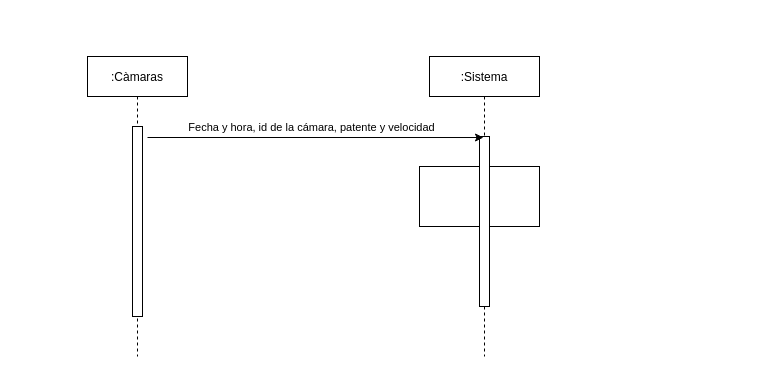
This is diagrama/Diagrama de secuencia.drawio from Joaquin-Cnrd/izo-isw1-tpds, a draw.io file, before an edit. Source tidied: cells renumbered, new cells numbered last; positions are measured from the earlier drawing's top-left corner, leaving out a move shared by most shapes. Both pictures are drawn from the tidied source at 100%, with x=0, y=0 at pixel (87, 56).
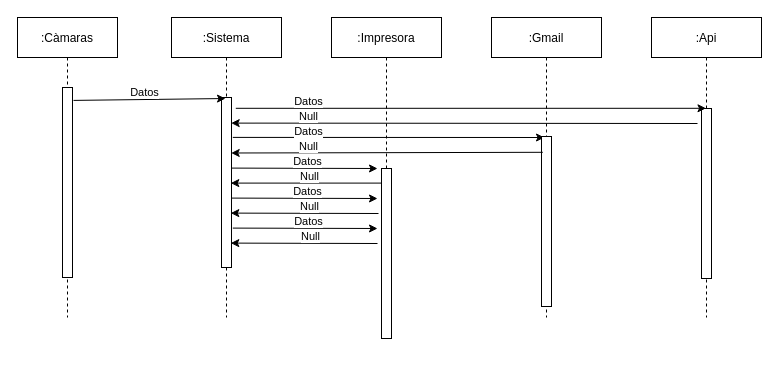
Above is the later version.

The change refers to these unchanged cells:
```xml
<mxCell id="3" style="points=[];perimeter=orthogonalPerimeter;rounded=0;shadow=0;strokeWidth=1;" parent="2" vertex="1">
  <mxGeometry x="45" y="70" width="10" height="190" as="geometry" />
</mxCell>
<mxCell id="6" style="points=[];perimeter=orthogonalPerimeter;rounded=0;shadow=0;strokeWidth=1;" parent="4" vertex="1">
  <mxGeometry x="50" y="80" width="10" height="170" as="geometry" />
</mxCell>
```

What changed in the source:
```diff
@@
     <mxCell id="2" value=":Càmaras" style="shape=umlLifeline;perimeter=lifelinePerimeter;rounded=0;shadow=0;strokeWidth=1;" parent="1" vertex="1">
-      <mxGeometry width="100" height="300" as="geometry" />
+      <mxGeometry x="-70" y="-39" width="100" height="300" as="geometry" />
     </mxCell>
@@
     <mxCell id="4" value=":Sistema" style="shape=umlLifeline;perimeter=lifelinePerimeter;rounded=0;shadow=0;strokeWidth=1;" parent="1" vertex="1">
-      <mxGeometry x="342" width="110" height="300" as="geometry" />
+      <mxGeometry x="84" y="-39" width="110" height="300" as="geometry" />
     </mxCell>
-    <mxCell id="5" style="rounded=0;whiteSpace=wrap;html=1;" parent="4" vertex="1">
-      <mxGeometry x="-10" y="110" width="120" height="60" as="geometry" />
-    </mxCell>
@@
-    <mxCell id="7" style="endArrow=classic;html=1;rounded=0;entryX=0.4;entryY=0.006;entryDx=0;entryDy=0;entryPerimeter=0;" parent="1" edge="1" target="6">
-      <mxGeometry relative="1" as="geometry">
-        <mxPoint x="60" y="81" as="sourcePoint" />
-      </mxGeometry>
+    <mxCell id="7" style="endArrow=classic;html=1;rounded=0;entryX=0.4;entryY=0.006;entryDx=0;entryDy=0;entryPerimeter=0;exitX=1.1;exitY=0.068;exitDx=0;exitDy=0;exitPerimeter=0;" parent="1" edge="1" source="3" target="6">
+      <mxGeometry relative="1" as="geometry" />
     </mxCell>
-    <mxCell id="8" value="Fecha y hora, id de la cámara, patente y velocidad" style="edgeLabel;html=1;align=center;verticalAlign=middle;" parent="7" vertex="1">
-      <mxGeometry x="0.15" y="1" relative="1" as="geometry">
-        <mxPoint x="-30" y="-10" as="offset" />
-      </mxGeometry>
-    </mxCell>
+    <mxCell id="9" value="Datos" style="edgeLabel;html=1;align=center;verticalAlign=middle;" parent="7" vertex="1">
+      <mxGeometry x="-0.26" y="-1" relative="1" as="geometry">
+        <mxPoint x="14" y="-9" as="offset" />
+      </mxGeometry>
+    </mxCell>
+    <mxCell id="10" value=":Impresora" style="shape=umlLifeline;perimeter=lifelinePerimeter;rounded=0;shadow=0;strokeWidth=1;" parent="1" vertex="1">
+      <mxGeometry x="244" y="-39" width="110" height="300" as="geometry" />
+    </mxCell>
+    <mxCell id="11" style="endArrow=classic;html=1;rounded=0;exitX=1.133;exitY=0.229;exitDx=0;exitDy=0;exitPerimeter=0;" parent="10" edge="1">
+      <mxGeometry relative="1" as="geometry">
+        <mxPoint x="-99.7" y="150.6" as="sourcePoint" />
+        <mxPoint x="46" y="151" as="targetPoint" />
+      </mxGeometry>
+    </mxCell>
+    <mxCell id="12" value=":Gmail" style="shape=umlLifeline;perimeter=lifelinePerimeter;rounded=0;shadow=0;strokeWidth=1;" parent="1" vertex="1">
+      <mxGeometry x="404" y="-39" width="110" height="300" as="geometry" />
+    </mxCell>
+    <mxCell id="13" value=":Api" style="shape=umlLifeline;perimeter=lifelinePerimeter;rounded=0;shadow=0;strokeWidth=1;" parent="1" vertex="1">
+      <mxGeometry x="564" y="-39" width="110" height="300" as="geometry" />
+    </mxCell>
+    <mxCell id="14" style="perimeter=orthogonalPerimeter;rounded=0;shadow=0;strokeWidth=1;" parent="13" vertex="1">
+      <mxGeometry x="50" y="91" width="10" height="170" as="geometry" />
+    </mxCell>
+    <mxCell id="15" style="endArrow=classic;html=1;rounded=0;exitX=1.435;exitY=0.093;exitDx=0;exitDy=0;exitPerimeter=0;" parent="1" edge="1">
+      <mxGeometry relative="1" as="geometry">
+        <mxPoint x="148.3" y="51.8" as="sourcePoint" />
+        <mxPoint x="618.5" y="51.8" as="targetPoint" />
+      </mxGeometry>
+    </mxCell>
+    <mxCell id="16" style="endArrow=classic;html=1;rounded=0;entryX=0.965;entryY=0.121;entryDx=0;entryDy=0;entryPerimeter=0;" parent="1" edge="1">
+      <mxGeometry relative="1" as="geometry">
+        <mxPoint x="610" y="67" as="sourcePoint" />
+        <mxPoint x="143.7" y="66.6" as="targetPoint" />
+      </mxGeometry>
+    </mxCell>
+    <mxCell id="17" value="Datos" style="edgeLabel;html=1;align=center;verticalAlign=middle;" parent="1" vertex="1">
+      <mxGeometry x="220" y="44.2" as="geometry" />
+    </mxCell>
+    <mxCell id="18" value="Null" style="edgeLabel;html=1;align=center;verticalAlign=middle;" parent="1" vertex="1">
+      <mxGeometry x="220" y="59" as="geometry" />
+    </mxCell>
+    <mxCell id="19" style="endArrow=classic;html=1;rounded=0;exitX=1.133;exitY=0.229;exitDx=0;exitDy=0;exitPerimeter=0;entryX=0.3;entryY=0.006;entryDx=0;entryDy=0;entryPerimeter=0;" parent="1" edge="1">
+      <mxGeometry relative="1" as="geometry">
+        <mxPoint x="145.3" y="80.9" as="sourcePoint" />
+        <mxPoint x="457" y="81" as="targetPoint" />
+      </mxGeometry>
+    </mxCell>
+    <mxCell id="20" style="points=[];perimeter=orthogonalPerimeter;rounded=0;shadow=0;strokeWidth=1;" parent="1" vertex="1">
+      <mxGeometry x="454" y="80" width="10" height="170" as="geometry" />
+    </mxCell>
+    <mxCell id="21" value="Datos" style="edgeLabel;html=1;align=center;verticalAlign=middle;" parent="1" vertex="1">
+      <mxGeometry x="220" y="74" as="geometry" />
+    </mxCell>
+    <mxCell id="22" style="endArrow=classic;html=1;rounded=0;entryX=0.967;entryY=0.362;entryDx=0;entryDy=0;entryPerimeter=0;exitX=0.133;exitY=0.093;exitDx=0;exitDy=0;exitPerimeter=0;" parent="1" edge="1" source="20">
+      <mxGeometry relative="1" as="geometry">
+        <mxPoint x="143.7" y="96.5" as="targetPoint" />
+      </mxGeometry>
+    </mxCell>
+    <mxCell id="23" value="Null" style="edgeLabel;html=1;align=center;verticalAlign=middle;" parent="1" vertex="1">
+      <mxGeometry x="220" y="89" as="geometry" />
+    </mxCell>
+    <mxCell id="24" value="Datos" style="edgeLabel;html=1;align=center;verticalAlign=middle;" parent="1" vertex="1">
+      <mxGeometry x="219" y="104" as="geometry" />
+    </mxCell>
+    <mxCell id="25" style="endArrow=classic;html=1;rounded=0;entryX=0.6;entryY=0;entryDx=0;entryDy=0;entryPerimeter=0;exitX=0.6;exitY=0.086;exitDx=0;exitDy=0;exitPerimeter=0;" parent="1" edge="1">
+      <mxGeometry relative="1" as="geometry">
+        <mxPoint x="301" y="126.6" as="sourcePoint" />
+        <mxPoint x="143.3" y="126.6" as="targetPoint" />
+      </mxGeometry>
+    </mxCell>
+    <mxCell id="26" value="Null" style="edgeLabel;html=1;align=center;verticalAlign=middle;" parent="1" vertex="1">
+      <mxGeometry x="221" y="119" as="geometry" />
+    </mxCell>
+    <mxCell id="27" style="perimeter=orthogonalPerimeter;rounded=0;shadow=0;strokeWidth=1;" parent="1" vertex="1">
+      <mxGeometry x="294" y="112" width="10" height="170" as="geometry" />
+    </mxCell>
+    <mxCell id="28" style="endArrow=classic;html=1;rounded=0;exitX=1.133;exitY=0.229;exitDx=0;exitDy=0;exitPerimeter=0;" parent="1" edge="1">
+      <mxGeometry relative="1" as="geometry">
+        <mxPoint x="144.3" y="141.6" as="sourcePoint" />
+        <mxPoint x="290" y="142" as="targetPoint" />
+      </mxGeometry>
+    </mxCell>
+    <mxCell id="29" value="Datos" style="edgeLabel;html=1;align=center;verticalAlign=middle;" parent="1" vertex="1">
+      <mxGeometry x="219" y="134" as="geometry" />
+    </mxCell>
+    <mxCell id="30" style="endArrow=classic;html=1;rounded=0;entryX=0.6;entryY=0;entryDx=0;entryDy=0;entryPerimeter=0;" parent="1" edge="1">
+      <mxGeometry relative="1" as="geometry">
+        <mxPoint x="291" y="157" as="sourcePoint" />
+        <mxPoint x="143.3" y="156.6" as="targetPoint" />
+      </mxGeometry>
+    </mxCell>
+    <mxCell id="31" value="Null" style="edgeLabel;html=1;align=center;verticalAlign=middle;" parent="1" vertex="1">
+      <mxGeometry x="221" y="149" as="geometry" />
+    </mxCell>
+    <mxCell id="32" style="endArrow=classic;html=1;rounded=0;exitX=1.133;exitY=0.229;exitDx=0;exitDy=0;exitPerimeter=0;" parent="1" edge="1">
+      <mxGeometry relative="1" as="geometry">
+        <mxPoint x="145.3" y="171.6" as="sourcePoint" />
+        <mxPoint x="290" y="172" as="targetPoint" />
+      </mxGeometry>
+    </mxCell>
+    <mxCell id="33" value="Datos" style="edgeLabel;html=1;align=center;verticalAlign=middle;" parent="1" vertex="1">
+      <mxGeometry x="220" y="164" as="geometry" />
+    </mxCell>
+    <mxCell id="34" style="endArrow=classic;html=1;rounded=0;entryX=0.6;entryY=0;entryDx=0;entryDy=0;entryPerimeter=0;" parent="1" edge="1">
+      <mxGeometry relative="1" as="geometry">
+        <mxPoint x="290" y="187" as="sourcePoint" />
+        <mxPoint x="143.3" y="186.6" as="targetPoint" />
+      </mxGeometry>
+    </mxCell>
+    <mxCell id="35" value="Null" style="edgeLabel;html=1;align=center;verticalAlign=middle;" parent="1" vertex="1">
+      <mxGeometry x="222" y="179" as="geometry" />
+    </mxCell>
```
